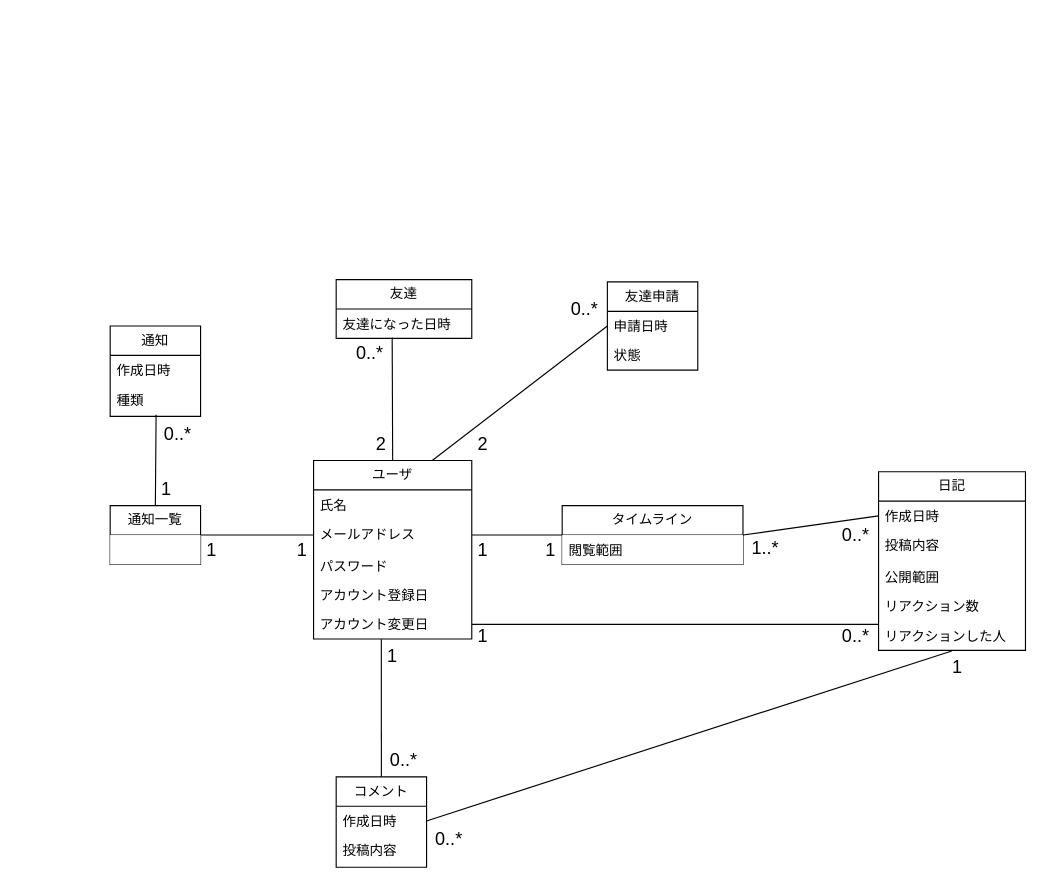
Above: 概念モデル/概念モデル.drawio in tawainfer/scorpio (draw.io), before the change. Source tidied: cells renumbered, new cells numbered last; positions are measured from the earlier drawing's top-left corner, leaving out a move shared by most shapes. Both pictures are drawn from the tidied source at 113%, with x=0, y=0 at pixel (110, 279).
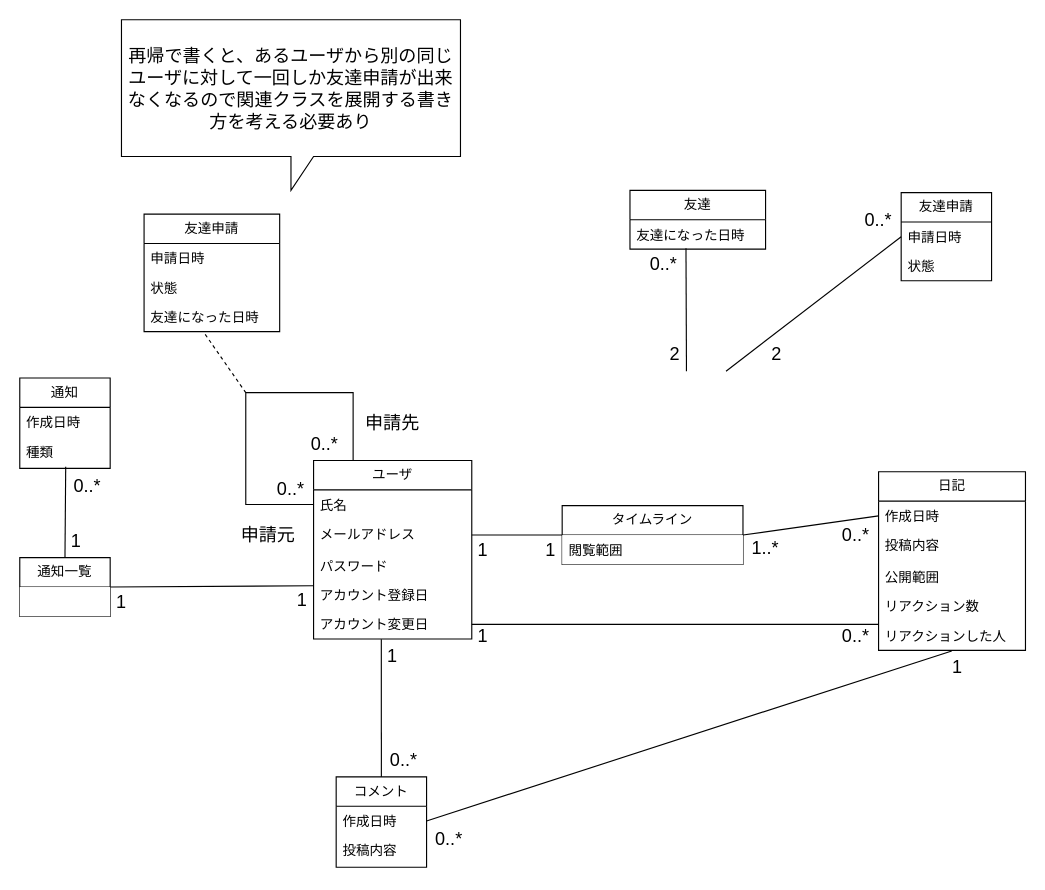
The same page after the edit.

Unchanged cells that the change refers to:
```xml
<mxCell id="2" value="ユーザ" style="swimlane;fontStyle=0;horizontal=1;startSize=26;fillColor=none;whiteSpace=wrap;html=1;" parent="1" vertex="1">
  <mxGeometry x="180" y="160" width="140" height="158" as="geometry" />
</mxCell>
<mxCell id="3" value="氏名" style="text;strokeColor=none;fillColor=none;align=left;verticalAlign=top;spacingLeft=4;spacingRight=4;overflow=hidden;points=[[0,0.5],[1,0.5]];portConstraint=eastwest;whiteSpace=wrap;html=1;" parent="2" vertex="1">
  <mxGeometry y="26" width="140" height="26" as="geometry" />
</mxCell>
<mxCell id="4" value="メールアドレス" style="text;strokeColor=none;fillColor=none;align=left;verticalAlign=top;spacingLeft=4;spacingRight=4;overflow=hidden;points=[[0,0.5],[1,0.5]];portConstraint=eastwest;whiteSpace=wrap;html=1;" parent="2" vertex="1">
  <mxGeometry y="52" width="140" height="28" as="geometry" />
</mxCell>
<mxCell id="6" value="アカウント登録日" style="text;strokeColor=none;fillColor=none;align=left;verticalAlign=top;spacingLeft=4;spacingRight=4;overflow=hidden;points=[[0,0.5],[1,0.5]];portConstraint=eastwest;whiteSpace=wrap;html=1;" parent="2" vertex="1">
  <mxGeometry y="106" width="140" height="26" as="geometry" />
</mxCell>
<mxCell id="18" value="友達になった日時" style="text;strokeColor=none;fillColor=none;align=left;verticalAlign=top;spacingLeft=4;spacingRight=4;overflow=hidden;points=[[0,0.5],[1,0.5]];portConstraint=eastwest;whiteSpace=wrap;html=1;" parent="17" vertex="1">
  <mxGeometry y="26" width="120" height="26" as="geometry" />
</mxCell>
<mxCell id="32" value="申請日時" style="text;strokeColor=none;fillColor=none;align=left;verticalAlign=top;spacingLeft=4;spacingRight=4;overflow=hidden;points=[[0,0.5],[1,0.5]];portConstraint=eastwest;whiteSpace=wrap;html=1;" parent="31" vertex="1">
  <mxGeometry y="26" width="80" height="26" as="geometry" />
</mxCell>
```

Change to the diagram source:
```diff
@@
+    <mxCell id="56" style="edgeStyle=orthogonalEdgeStyle;rounded=0;jettySize=auto;html=1;exitX=0;exitY=0.5;exitDx=0;exitDy=0;entryX=0.25;entryY=0;entryDx=0;entryDy=0;fontSize=12;startSize=8;endSize=8;endArrow=none;endFill=0;" parent="2" edge="1" source="3" target="2">
+      <mxGeometry relative="1" as="geometry">
+        <Array as="points">
+          <mxPoint x="-60" y="39" />
+          <mxPoint x="-60" y="-60" />
+          <mxPoint x="35" y="-60" />
+        </Array>
+      </mxGeometry>
+    </mxCell>
@@
     <mxCell id="17" value="友達" style="swimlane;fontStyle=0;horizontal=1;startSize=26;fillColor=none;whiteSpace=wrap;html=1;" parent="1" vertex="1">
-      <mxGeometry x="200" width="120" height="52" as="geometry" />
+      <mxGeometry x="460" y="-79" width="120" height="52" as="geometry" />
     </mxCell>
@@
-    <mxCell id="27" style="edgeStyle=none;curved=1;rounded=0;jettySize=auto;html=1;exitX=0.5;exitY=0;exitDx=0;exitDy=0;entryX=0.413;entryY=0.967;entryDx=0;entryDy=0;entryPerimeter=0;fontSize=12;startSize=8;endSize=8;endArrow=none;endFill=0;" parent="1" edge="1" source="2" target="18">
-      <mxGeometry relative="1" as="geometry" />
+    <mxCell id="27" style="edgeStyle=none;curved=1;rounded=0;jettySize=auto;html=1;exitX=0.5;exitY=0;exitDx=0;exitDy=0;entryX=0.413;entryY=0.967;entryDx=0;entryDy=0;entryPerimeter=0;fontSize=12;startSize=8;endSize=8;endArrow=none;endFill=0;" parent="1" edge="1" target="18">
+      <mxGeometry relative="1" as="geometry">
+        <mxPoint x="510" y="81" as="sourcePoint" />
+      </mxGeometry>
     </mxCell>
-    <mxCell id="28" style="edgeStyle=none;curved=1;rounded=0;jettySize=auto;html=1;exitX=0.75;exitY=0;exitDx=0;exitDy=0;entryX=0;entryY=0.5;entryDx=0;entryDy=0;fontSize=12;startSize=8;endSize=8;endArrow=none;endFill=0;" parent="1" edge="1" source="2" target="32">
-      <mxGeometry relative="1" as="geometry" />
+    <mxCell id="28" style="edgeStyle=none;curved=1;rounded=0;jettySize=auto;html=1;exitX=0.75;exitY=0;exitDx=0;exitDy=0;entryX=0;entryY=0.5;entryDx=0;entryDy=0;fontSize=12;startSize=8;endSize=8;endArrow=none;endFill=0;" parent="1" edge="1" target="32">
+      <mxGeometry relative="1" as="geometry">
+        <mxPoint x="545" y="81" as="sourcePoint" />
+      </mxGeometry>
     </mxCell>
     <mxCell id="29" value="2" style="text;html=1;strokeColor=none;fillColor=none;align=center;verticalAlign=middle;whiteSpace=wrap;rounded=0;fontSize=16;" parent="1" vertex="1">
-      <mxGeometry x="230" y="130" width="20" height="30" as="geometry" />
+      <mxGeometry x="490" y="51" width="20" height="30" as="geometry" />
     </mxCell>
     <mxCell id="30" value="0..*" style="text;html=1;strokeColor=none;fillColor=none;align=center;verticalAlign=middle;whiteSpace=wrap;rounded=0;fontSize=16;" parent="1" vertex="1">
-      <mxGeometry x="210" y="50" width="40" height="30" as="geometry" />
+      <mxGeometry x="470" y="-29" width="40" height="30" as="geometry" />
     </mxCell>
     <mxCell id="31" value="友達申請" style="swimlane;fontStyle=0;horizontal=1;startSize=26;fillColor=none;whiteSpace=wrap;html=1;" parent="1" vertex="1">
-      <mxGeometry x="440" y="2" width="80" height="78" as="geometry" />
+      <mxGeometry x="700" y="-77" width="80" height="78" as="geometry" />
     </mxCell>
@@
     <mxCell id="34" value="2" style="text;html=1;strokeColor=none;fillColor=none;align=center;verticalAlign=middle;whiteSpace=wrap;rounded=0;fontSize=16;" parent="1" vertex="1">
-      <mxGeometry x="320" y="130" width="20" height="30" as="geometry" />
+      <mxGeometry x="580" y="51" width="20" height="30" as="geometry" />
     </mxCell>
     <mxCell id="35" value="0..*" style="text;html=1;strokeColor=none;fillColor=none;align=center;verticalAlign=middle;whiteSpace=wrap;rounded=0;fontSize=16;" parent="1" vertex="1">
-      <mxGeometry x="400" y="11" width="40" height="30" as="geometry" />
+      <mxGeometry x="660" y="-68" width="40" height="30" as="geometry" />
     </mxCell>
     <mxCell id="36" value="通知" style="swimlane;fontStyle=0;horizontal=1;startSize=26;fillColor=none;whiteSpace=wrap;html=1;" parent="1" vertex="1">
-      <mxGeometry y="41" width="80" height="80" as="geometry" />
+      <mxGeometry x="-80" y="87" width="80" height="80" as="geometry" />
     </mxCell>
@@
-    <mxCell id="39" style="edgeStyle=none;curved=1;rounded=0;jettySize=auto;html=1;exitX=1;exitY=0.5;exitDx=0;exitDy=0;entryX=0;entryY=0.5;entryDx=0;entryDy=0;fontSize=12;startSize=8;endSize=8;endArrow=none;endFill=0;" parent="1" edge="1" source="40" target="4">
+    <mxCell id="39" style="edgeStyle=none;curved=1;rounded=0;jettySize=auto;html=1;exitX=1;exitY=0.5;exitDx=0;exitDy=0;entryX=-0.001;entryY=0.187;entryDx=0;entryDy=0;fontSize=12;startSize=8;endSize=8;endArrow=none;endFill=0;entryPerimeter=0;" parent="1" edge="1" source="40" target="6">
       <mxGeometry relative="1" as="geometry" />
     </mxCell>
     <mxCell id="40" value="通知一覧" style="swimlane;fontStyle=0;horizontal=1;startSize=26;fillColor=default;whiteSpace=wrap;html=1;" parent="1" vertex="1">
-      <mxGeometry y="200" width="80" height="52" as="geometry" />
+      <mxGeometry x="-80" y="246" width="80" height="52" as="geometry" />
     </mxCell>
@@
     <mxCell id="42" value="1" style="text;html=1;strokeColor=none;fillColor=none;align=center;verticalAlign=middle;whiteSpace=wrap;rounded=0;fontSize=16;" parent="1" vertex="1">
-      <mxGeometry x="80" y="224" width="20" height="30" as="geometry" />
+      <mxGeometry y="270" width="20" height="30" as="geometry" />
     </mxCell>
     <mxCell id="43" value="1" style="text;html=1;strokeColor=none;fillColor=none;align=center;verticalAlign=middle;whiteSpace=wrap;rounded=0;fontSize=16;" parent="1" vertex="1">
-      <mxGeometry x="160" y="224" width="20" height="30" as="geometry" />
+      <mxGeometry x="160" y="268" width="20" height="30" as="geometry" />
     </mxCell>
@@
     <mxCell id="54" value="0..*" style="text;html=1;strokeColor=none;fillColor=none;align=center;verticalAlign=middle;whiteSpace=wrap;rounded=0;fontSize=16;" parent="1" vertex="1">
-      <mxGeometry x="40" y="121" width="40" height="30" as="geometry" />
+      <mxGeometry x="-40" y="167" width="40" height="30" as="geometry" />
     </mxCell>
     <mxCell id="55" value="1" style="text;html=1;strokeColor=none;fillColor=none;align=center;verticalAlign=middle;whiteSpace=wrap;rounded=0;fontSize=16;" parent="1" vertex="1">
-      <mxGeometry x="40" y="170" width="20" height="30" as="geometry" />
+      <mxGeometry x="-40" y="216" width="20" height="30" as="geometry" />
     </mxCell>
+    <mxCell id="57" value="友達申請" style="swimlane;fontStyle=0;horizontal=1;startSize=26;fillColor=none;whiteSpace=wrap;html=1;" parent="1" vertex="1">
+      <mxGeometry x="30" y="-58" width="120" height="104" as="geometry" />
+    </mxCell>
+    <mxCell id="58" value="申請日時" style="text;strokeColor=none;fillColor=none;align=left;verticalAlign=top;spacingLeft=4;spacingRight=4;overflow=hidden;whiteSpace=wrap;html=1;" parent="57" vertex="1">
+      <mxGeometry y="26" width="120" height="26" as="geometry" />
+    </mxCell>
+    <mxCell id="59" value="状態" style="text;strokeColor=none;fillColor=none;align=left;verticalAlign=top;spacingLeft=4;spacingRight=4;overflow=hidden;whiteSpace=wrap;html=1;" parent="57" vertex="1">
+      <mxGeometry y="52" width="120" height="26" as="geometry" />
+    </mxCell>
+    <mxCell id="60" value="友達になった日時" style="text;strokeColor=none;fillColor=none;align=left;verticalAlign=top;spacingLeft=4;spacingRight=4;overflow=hidden;points=[[0,0.5],[1,0.5]];portConstraint=eastwest;whiteSpace=wrap;html=1;" parent="57" vertex="1">
+      <mxGeometry y="78" width="120" height="26" as="geometry" />
+    </mxCell>
+    <mxCell id="61" value="申請先" style="text;html=1;strokeColor=none;fillColor=none;align=center;verticalAlign=middle;whiteSpace=wrap;rounded=0;fontSize=16;" parent="1" vertex="1">
+      <mxGeometry x="220" y="112" width="60" height="30" as="geometry" />
+    </mxCell>
+    <mxCell id="62" value="申請元" style="text;html=1;strokeColor=none;fillColor=none;align=center;verticalAlign=middle;whiteSpace=wrap;rounded=0;fontSize=16;" parent="1" vertex="1">
+      <mxGeometry x="110" y="211" width="60" height="30" as="geometry" />
+    </mxCell>
+    <mxCell id="63" value="0..*" style="text;html=1;strokeColor=none;fillColor=none;align=center;verticalAlign=middle;whiteSpace=wrap;rounded=0;fontSize=16;" parent="1" vertex="1">
+      <mxGeometry x="140" y="170" width="40" height="30" as="geometry" />
+    </mxCell>
+    <mxCell id="64" value="0..*" style="text;html=1;strokeColor=none;fillColor=none;align=center;verticalAlign=middle;whiteSpace=wrap;rounded=0;fontSize=16;" parent="1" vertex="1">
+      <mxGeometry x="170" y="130" width="40" height="30" as="geometry" />
+    </mxCell>
+    <mxCell id="65" style="endArrow=none;dashed=1;html=1;rounded=0;fontSize=12;startSize=8;endSize=8;curved=1;entryX=0.435;entryY=0.989;entryDx=0;entryDy=0;entryPerimeter=0;" parent="1" edge="1" target="60">
+      <mxGeometry relative="1" as="geometry">
+        <mxPoint x="120" y="100" as="sourcePoint" />
+      </mxGeometry>
+    </mxCell>
+    <mxCell id="66" value="再帰で書くと、あるユーザから別の同じユーザに対して一回しか友達申請が出来なくなるので関連クラスを展開する書き方を考える必要あり" style="shape=callout;whiteSpace=wrap;html=1;perimeter=calloutPerimeter;fontSize=16;" parent="1" vertex="1">
+      <mxGeometry x="10" y="-230" width="300" height="151" as="geometry" />
+    </mxCell>
```
